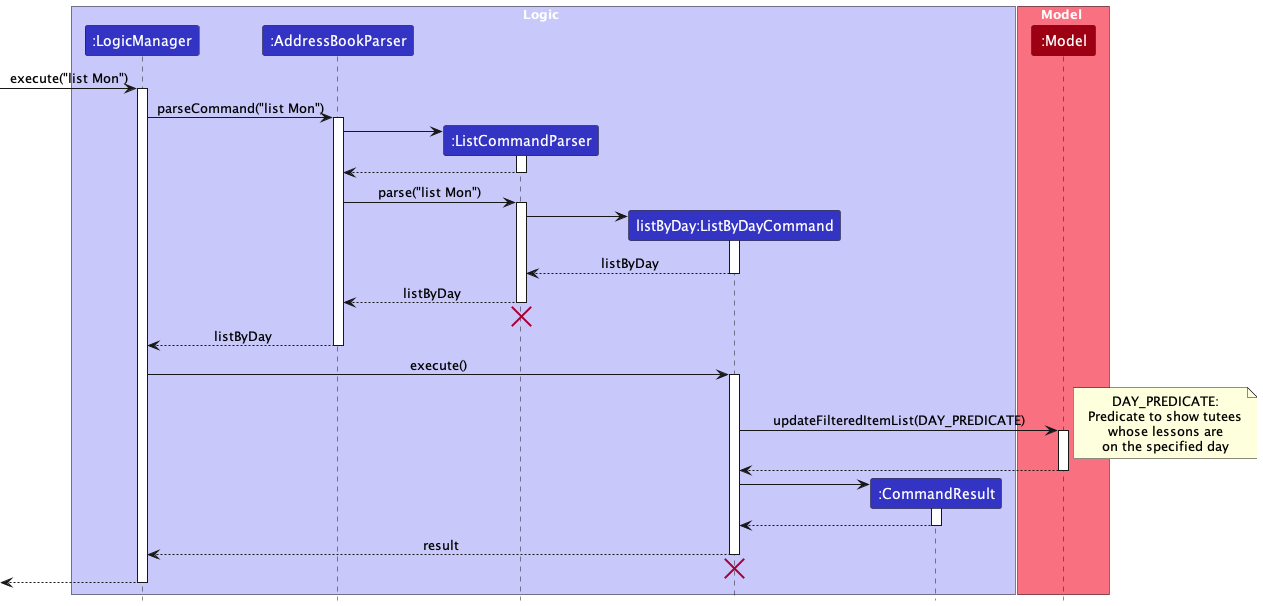
Above: docs/images/ListByDaySequenceDiagram.png in nus-cs2103-AY2324S1/tp (PlantUML), before the change.
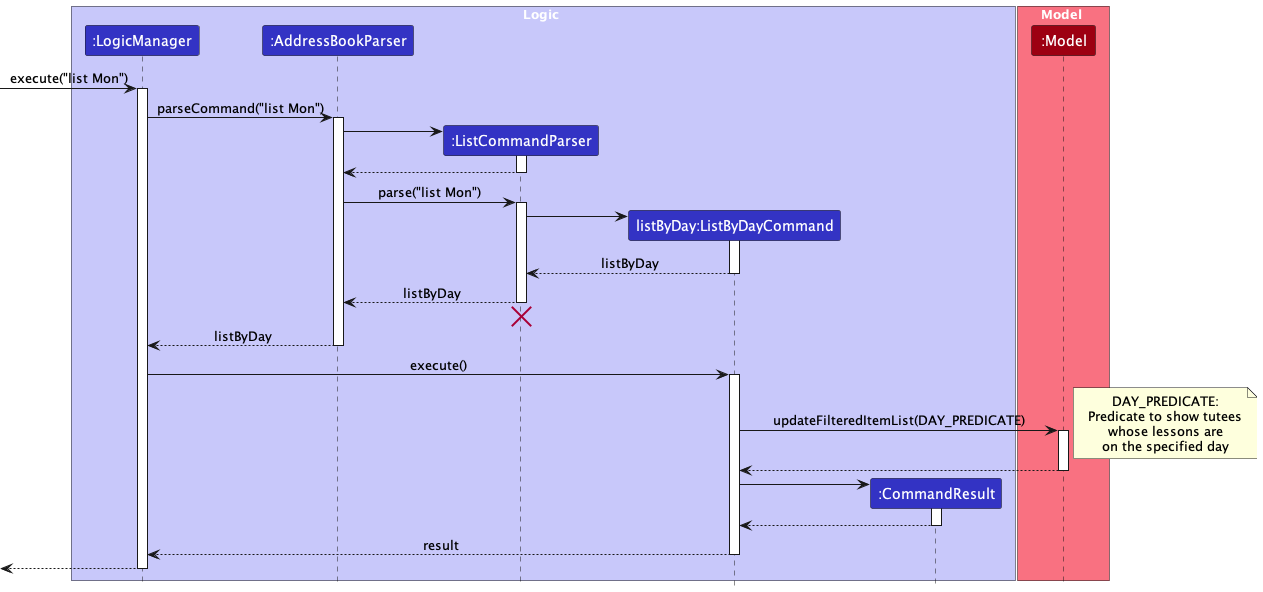
After the change.

Commit message:
Update ListByDay sequence diagram

The edit, as a diff of the source:
```diff
@@ -72,9 +72,6 @@
 ListByDayCommand --> LogicManager : result
 deactivate ListByDayCommand
 
-ListByDayCommand -[hidden]-> ListCommandParser
-destroy ListByDayCommand
-
 [<--LogicManager
 deactivate LogicManager
 @enduml
```
